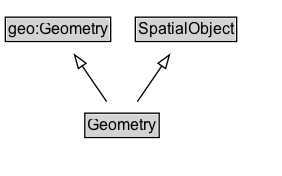
Above: docs/diagrams/Geometry.dot.png in ISO-TC204/ontology-its-location-v1 (Graphviz), before the change. Its source is kept beside it as docs/diagrams/Geometry.dot. Its diagram source:
```dot
digraph {
	graph [overlap=false rankdir=TB splines=true]
	node [fontname=Arial fontsize=12 margin=0 shape=none]
	edge [fontname=Arial fontsize=11]
	{
		rank=source
		geo_Geometry [label=<<TABLE BORDER="1" CELLBORDER="0" CELLSPACING="0" CELLPADDING="1"><TR><TD BGCOLOR="lightgray" ALIGN="CENTER">geo:Geometry</TD></TR></TABLE>> URL="https://w3id.org/citydata/imported/geo/latest/Geometry" margin=0]
		SpatialObject [label=<<TABLE BORDER="1" CELLBORDER="0" CELLSPACING="0" CELLPADDING="1"><TR><TD BGCOLOR="lightgray" ALIGN="CENTER">SpatialObject</TD></TR></TABLE>> URL="../SpatialObject" margin=0]
	}
	Geometry [label=<<TABLE BORDER="1" CELLBORDER="0" CELLSPACING="0" CELLPADDING="1"><TR><TD BGCOLOR="lightgray" ALIGN="CENTER">Geometry</TD></TR></TABLE>> URL="../Geometry" margin=0]
	{
		rank=max
	}
	subgraph cluster_associated {
		label="" style=invis
		Invis [label=<<TABLE BORDER="0" CELLBORDER="0" CELLSPACING="0" CELLPADDING="1"><TR><TD></TD></TR></TABLE>> margin=0 style=invis]
	}
	Geometry -> geo_Geometry [arrowhead=onormal style=solid]
	Geometry -> SpatialObject [arrowhead=onormal style=solid]
}
```
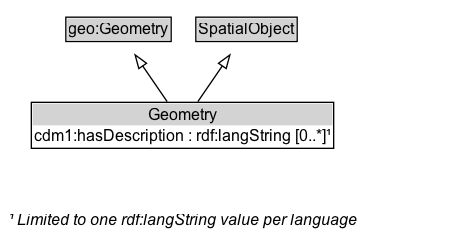
Later version of the same file.

What changed in the source:
```diff
@@ -7,7 +7,7 @@
 		geo_Geometry [label=<<TABLE BORDER="1" CELLBORDER="0" CELLSPACING="0" CELLPADDING="1"><TR><TD BGCOLOR="lightgray" ALIGN="CENTER">geo:Geometry</TD></TR></TABLE>> URL="https://w3id.org/citydata/imported/geo/latest/Geometry" margin=0]
 		SpatialObject [label=<<TABLE BORDER="1" CELLBORDER="0" CELLSPACING="0" CELLPADDING="1"><TR><TD BGCOLOR="lightgray" ALIGN="CENTER">SpatialObject</TD></TR></TABLE>> URL="../SpatialObject" margin=0]
 	}
-	Geometry [label=<<TABLE BORDER="1" CELLBORDER="0" CELLSPACING="0" CELLPADDING="1"><TR><TD BGCOLOR="lightgray" ALIGN="CENTER">Geometry</TD></TR></TABLE>> URL="../Geometry" margin=0]
+	Geometry [label=<<TABLE BORDER="1" CELLBORDER="0" CELLSPACING="0" CELLPADDING="1"><TR><TD BGCOLOR="lightgray" ALIGN="CENTER">Geometry</TD></TR><TR><TD ALIGN="LEFT">cdm1:hasDescription : rdf:langString [0..*]¹</TD></TR></TABLE>> URL="../Geometry" margin=0]
 	{
 		rank=max
 	}
@@ -17,4 +17,6 @@
 	}
 	Geometry -> geo_Geometry [arrowhead=onormal style=solid]
 	Geometry -> SpatialObject [arrowhead=onormal style=solid]
+	Geometry_uniqueLang_note [label=<<TABLE BORDER="0" CELLBORDER="0" CELLSPACING="0" CELLPADDING="2"><TR><TD ALIGN="LEFT"><I>¹ Limited to one rdf:langString value per language</I></TD></TR></TABLE>> margin=0]
+	Geometry -> Geometry_uniqueLang_note [style=invis]
 }
```
